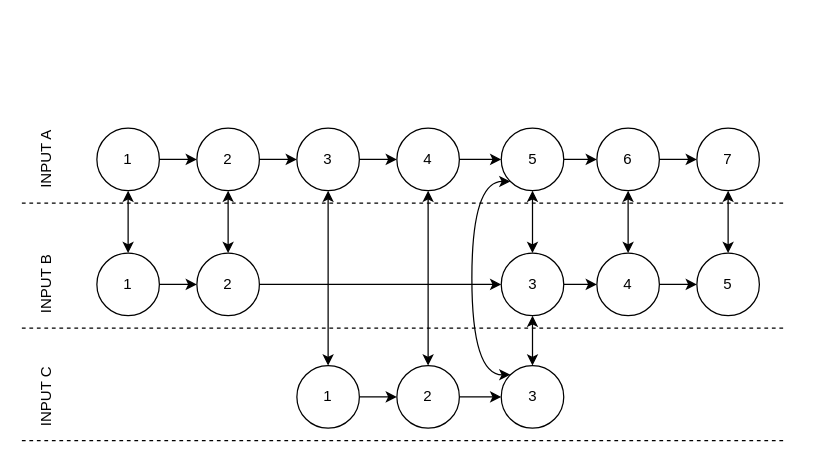
Before: page "input" (1 of 2) of Artefacts/routing.drawio in zkavtaskin/RTAL, a draw.io diagram. Source tidied: cells renumbered, new cells numbered last; positions are measured from the earlier drawing's top-left corner, leaving out a move shared by most shapes. Both pictures are drawn from the tidied source at 125%, with x=0, y=0 at pixel (9, 128).
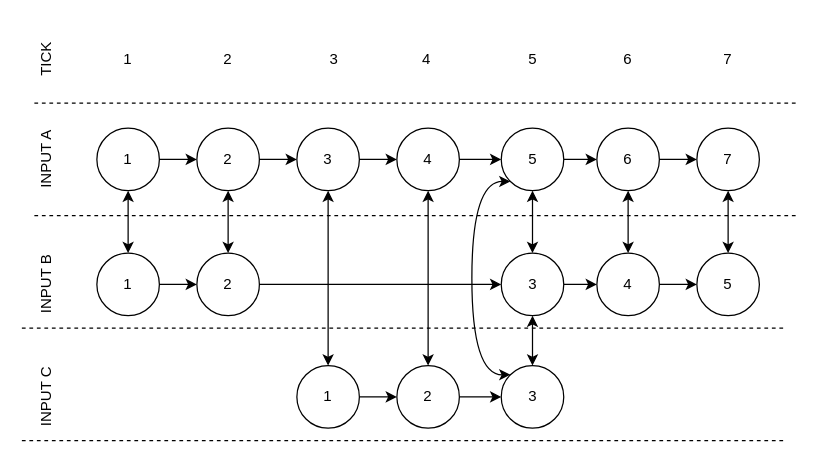
After the change.

What changed in the source:
```diff
@@
-    <mxCell id="6" style="endArrow=none;dashed=1;html=1;rounded=0;" parent="1" edge="1">
-      <mxGeometry relative="1" as="geometry">
-        <mxPoint x="10" y="60" as="sourcePoint" />
-        <mxPoint x="620" y="60" as="targetPoint" />
-      </mxGeometry>
-    </mxCell>
@@
+    <mxCell id="47" style="endArrow=none;dashed=1;html=1;rounded=0;" parent="1" edge="1">
+      <mxGeometry relative="1" as="geometry">
+        <mxPoint x="20" y="70" as="sourcePoint" />
+        <mxPoint x="630" y="70" as="targetPoint" />
+      </mxGeometry>
+    </mxCell>
+    <mxCell id="48" style="endArrow=none;dashed=1;html=1;rounded=0;" parent="1" edge="1">
+      <mxGeometry relative="1" as="geometry">
+        <mxPoint x="20" y="-20" as="sourcePoint" />
+        <mxPoint x="630" y="-20" as="targetPoint" />
+      </mxGeometry>
+    </mxCell>
+    <mxCell id="49" value="TICK" style="text;html=1;strokeColor=none;fillColor=none;align=center;verticalAlign=middle;whiteSpace=wrap;rounded=0;rotation=-90;" parent="1" vertex="1">
+      <mxGeometry y="-70" width="60" height="30" as="geometry" />
+    </mxCell>
+    <mxCell id="50" value="1" style="text;html=1;strokeColor=none;fillColor=none;align=center;verticalAlign=middle;whiteSpace=wrap;rounded=0;rotation=0;" parent="1" vertex="1">
+      <mxGeometry x="65" y="-70" width="60" height="30" as="geometry" />
+    </mxCell>
+    <mxCell id="51" value="2" style="text;html=1;strokeColor=none;fillColor=none;align=center;verticalAlign=middle;whiteSpace=wrap;rounded=0;rotation=0;" parent="1" vertex="1">
+      <mxGeometry x="145" y="-70" width="60" height="30" as="geometry" />
+    </mxCell>
+    <mxCell id="52" value="3" style="text;html=1;strokeColor=none;fillColor=none;align=center;verticalAlign=middle;whiteSpace=wrap;rounded=0;rotation=0;" parent="1" vertex="1">
+      <mxGeometry x="230" y="-70" width="60" height="30" as="geometry" />
+    </mxCell>
+    <mxCell id="53" value="4" style="text;html=1;strokeColor=none;fillColor=none;align=center;verticalAlign=middle;whiteSpace=wrap;rounded=0;rotation=0;" parent="1" vertex="1">
+      <mxGeometry x="304" y="-70" width="60" height="30" as="geometry" />
+    </mxCell>
+    <mxCell id="54" value="5" style="text;html=1;strokeColor=none;fillColor=none;align=center;verticalAlign=middle;whiteSpace=wrap;rounded=0;rotation=0;" parent="1" vertex="1">
+      <mxGeometry x="388.5" y="-70" width="60" height="30" as="geometry" />
+    </mxCell>
+    <mxCell id="55" value="6" style="text;html=1;strokeColor=none;fillColor=none;align=center;verticalAlign=middle;whiteSpace=wrap;rounded=0;rotation=0;" parent="1" vertex="1">
+      <mxGeometry x="465" y="-70" width="60" height="30" as="geometry" />
+    </mxCell>
+    <mxCell id="56" value="7" style="text;html=1;strokeColor=none;fillColor=none;align=center;verticalAlign=middle;whiteSpace=wrap;rounded=0;rotation=0;" parent="1" vertex="1">
+      <mxGeometry x="545" y="-70" width="60" height="30" as="geometry" />
+    </mxCell>
```
